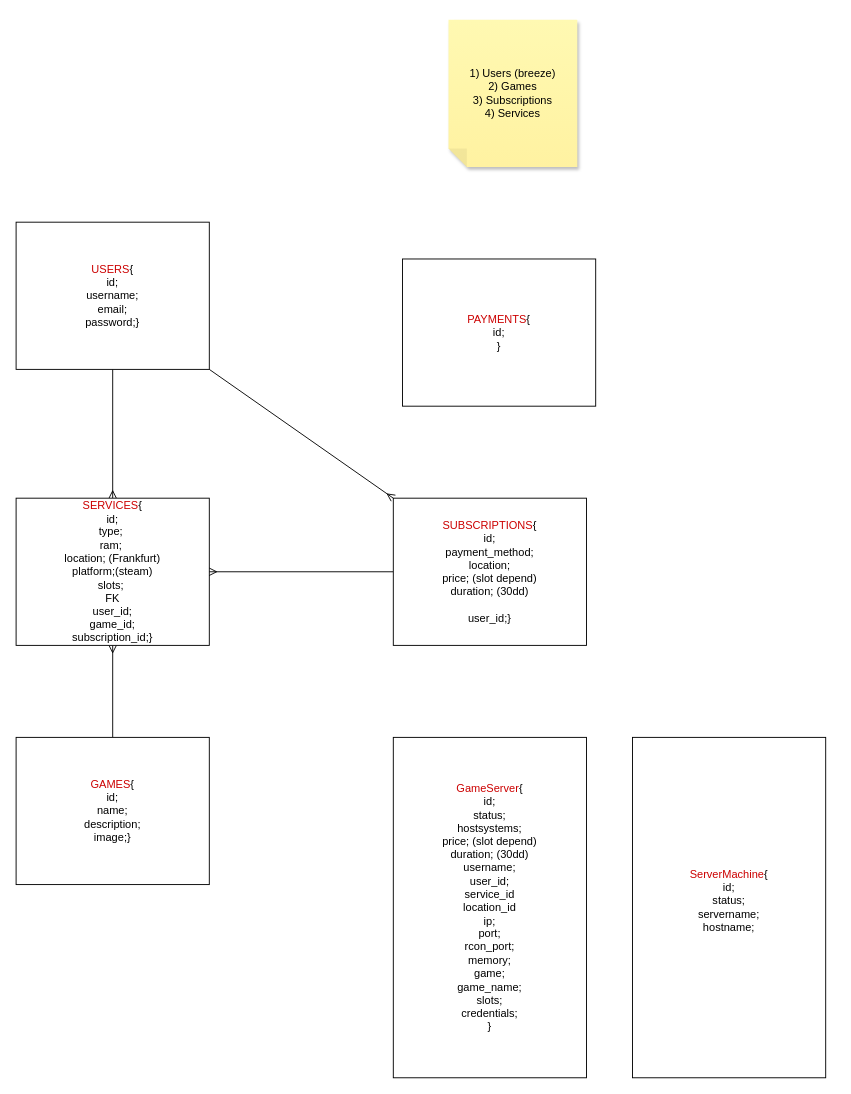
This is database.drawio from Vorshim92/Steam-Server, a draw.io file, before an edit. Source tidied: cells renumbered, new cells numbered last; positions are measured from the earlier drawing's top-left corner, leaving out a move shared by most shapes. Both pictures are drawn from the tidied source at 92%, with x=0, y=0 at pixel (16, 19).
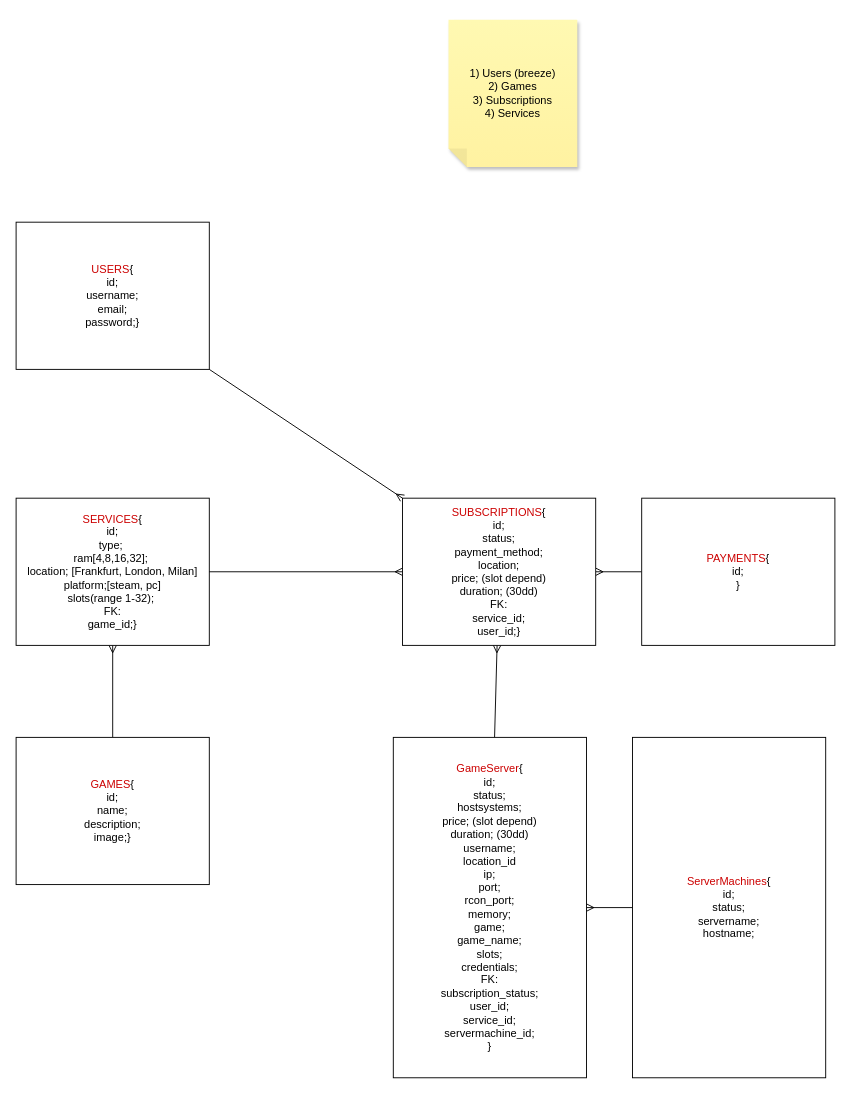
Above is the later version.

Diff of the diagram source:
```diff
@@
 <mxGraphModel>
   <root>
     <mxCell id="0" />
     <mxCell id="1" parent="0" />
-    <mxCell id="2" style="edgeStyle=none;html=1;exitX=0.5;exitY=1;exitDx=0;exitDy=0;entryX=0.5;entryY=0;entryDx=0;entryDy=0;fontColor=#CC0000;endArrow=ERmany;endFill=0;" parent="1" edge="1" source="3" target="5">
-      <mxGeometry relative="1" as="geometry" />
-    </mxCell>
     <mxCell id="3" value="&lt;font color=&quot;#cc0000&quot;&gt;USERS&lt;/font&gt;{&lt;br&gt;id;&lt;br&gt;username;&lt;br&gt;email;&lt;br&gt;password;}" style="whiteSpace=wrap;html=1;" parent="1" vertex="1">
       <mxGeometry y="220" width="210" height="160" as="geometry" />
     </mxCell>
     <mxCell id="4" style="edgeStyle=none;html=1;exitX=0.5;exitY=1;exitDx=0;exitDy=0;entryX=0.5;entryY=0;entryDx=0;entryDy=0;fontColor=#CC0000;startArrow=ERmany;startFill=0;endArrow=none;endFill=0;" parent="1" edge="1" source="5" target="6">
       <mxGeometry relative="1" as="geometry" />
     </mxCell>
-    <mxCell id="5" value="&lt;font color=&quot;#cc0000&quot;&gt;SERVICES&lt;/font&gt;{&lt;br&gt;id;&lt;br&gt;type;&amp;nbsp;&lt;br&gt;ram;&amp;nbsp;&lt;br&gt;location; (Frankfurt)&lt;br&gt;platform;(steam)&lt;br&gt;slots;&amp;nbsp;&lt;br&gt;FK&lt;br&gt;user_id;&lt;br&gt;game_id;&lt;br&gt;subscription_id;}" style="whiteSpace=wrap;html=1;" parent="1" vertex="1">
+    <mxCell id="5" value="&lt;font color=&quot;#cc0000&quot;&gt;SERVICES&lt;/font&gt;{&lt;br&gt;id;&lt;br&gt;type;&amp;nbsp;&lt;br&gt;ram[4,8,16,32];&amp;nbsp;&lt;br&gt;location; [Frankfurt, London, Milan]&lt;br&gt;platform;[steam, pc]&lt;br&gt;slots(range 1-32);&amp;nbsp;&lt;br&gt;FK:&lt;br&gt;game_id;}" style="whiteSpace=wrap;html=1;" parent="1" vertex="1">
       <mxGeometry y="520" width="210" height="160" as="geometry" />
     </mxCell>
     <mxCell id="6" value="&lt;font color=&quot;#cc0000&quot;&gt;GAMES&lt;/font&gt;{&lt;br&gt;id;&lt;br&gt;name;&lt;br&gt;description;&lt;br&gt;image;}" style="whiteSpace=wrap;html=1;" parent="1" vertex="1">
       <mxGeometry y="780" width="210" height="160" as="geometry" />
     </mxCell>
-    <mxCell id="7" style="edgeStyle=none;html=1;startArrow=none;startFill=0;endArrow=ERmany;endFill=0;" parent="1" edge="1" source="9" target="5">
+    <mxCell id="7" style="edgeStyle=none;html=1;startArrow=ERmany;startFill=0;endArrow=none;endFill=0;" parent="1" edge="1" source="9" target="5">
       <mxGeometry relative="1" as="geometry" />
     </mxCell>
     <mxCell id="8" style="edgeStyle=none;html=1;exitX=0;exitY=0;exitDx=0;exitDy=0;startArrow=ERmany;startFill=0;endArrow=none;endFill=0;entryX=1;entryY=1;entryDx=0;entryDy=0;" parent="1" edge="1" source="9" target="3">
       <mxGeometry relative="1" as="geometry" />
     </mxCell>
+    <mxCell id="14" style="edgeStyle=none;html=1;startArrow=ERmany;startFill=0;endArrow=none;endFill=0;" parent="1" edge="1" source="9" target="12">
+      <mxGeometry relative="1" as="geometry" />
+    </mxCell>
+    <mxCell id="15" style="edgeStyle=none;html=1;startArrow=ERmany;startFill=0;endArrow=none;endFill=0;" parent="1" edge="1" source="9" target="11">
+      <mxGeometry relative="1" as="geometry" />
+    </mxCell>
-    <mxCell id="9" value="&lt;font color=&quot;#cc0000&quot;&gt;SUBSCRIPTIONS&lt;/font&gt;{&lt;br&gt;id;&lt;br&gt;payment_method;&lt;br&gt;location;&lt;br&gt;price; (slot depend)&lt;br&gt;duration; (30dd)&lt;br&gt;&lt;br&gt;user_id;}" style="whiteSpace=wrap;html=1;" parent="1" vertex="1">
-      <mxGeometry x="410" y="520" width="210" height="160" as="geometry" />
+    <mxCell id="9" value="&lt;font color=&quot;#cc0000&quot;&gt;SUBSCRIPTIONS&lt;/font&gt;{&lt;br&gt;id;&lt;br&gt;status;&lt;br&gt;payment_method;&lt;br&gt;location;&lt;br&gt;price; (slot depend)&lt;br&gt;duration; (30dd)&lt;br&gt;FK:&lt;br&gt;service_id;&lt;br&gt;user_id;}" style="whiteSpace=wrap;html=1;" parent="1" vertex="1">
+      <mxGeometry x="420" y="520" width="210" height="160" as="geometry" />
     </mxCell>
     <mxCell id="10" value="1) Users (breeze)&lt;br&gt;2) Games&lt;br&gt;3) Subscriptions&lt;br&gt;4) Services" style="shape=note;whiteSpace=wrap;html=1;backgroundOutline=1;fontColor=#000000;darkOpacity=0.05;fillColor=#FFF9B2;strokeColor=none;fillStyle=solid;direction=west;gradientDirection=north;gradientColor=#FFF2A1;shadow=1;size=20;" parent="1" vertex="1">
       <mxGeometry x="470" width="140" height="160" as="geometry" />
     </mxCell>
     <mxCell id="11" value="&lt;font color=&quot;#cc0000&quot;&gt;PAYMENTS&lt;/font&gt;{&lt;br&gt;id;&lt;br&gt;}" style="whiteSpace=wrap;html=1;" parent="1" vertex="1">
-      <mxGeometry x="420" y="260" width="210" height="160" as="geometry" />
+      <mxGeometry x="680" y="520" width="210" height="160" as="geometry" />
     </mxCell>
+    <mxCell id="16" style="edgeStyle=none;html=1;startArrow=ERmany;startFill=0;endArrow=none;endFill=0;" parent="1" edge="1" source="12" target="13">
+      <mxGeometry relative="1" as="geometry" />
+    </mxCell>
-    <mxCell id="12" value="&lt;font color=&quot;#cc0000&quot;&gt;GameServer&lt;/font&gt;{&lt;br&gt;id;&lt;br&gt;status;&lt;br&gt;hostsystems;&lt;br&gt;price; (slot depend)&lt;br&gt;duration; (30dd)&lt;br&gt;username;&lt;br&gt;user_id;&lt;br&gt;service_id&lt;br&gt;location_id&lt;br&gt;ip;&lt;br&gt;port;&lt;br&gt;rcon_port;&lt;br&gt;memory;&lt;br&gt;game;&lt;br&gt;game_name;&lt;br&gt;slots;&lt;br&gt;credentials;&lt;br&gt;}" style="whiteSpace=wrap;html=1;" parent="1" vertex="1">
+    <mxCell id="12" value="&lt;font color=&quot;#cc0000&quot;&gt;GameServer&lt;/font&gt;{&lt;br&gt;id;&lt;br&gt;status;&lt;br&gt;hostsystems;&lt;br&gt;price; (slot depend)&lt;br&gt;duration; (30dd)&lt;br&gt;username;&lt;br&gt;location_id&lt;br&gt;ip;&lt;br&gt;port;&lt;br&gt;rcon_port;&lt;br&gt;memory;&lt;br&gt;game;&lt;br&gt;game_name;&lt;br&gt;slots;&lt;br&gt;credentials;&lt;br&gt;FK:&lt;br&gt;subscription_status;&lt;br&gt;user_id;&lt;br&gt;service_id;&lt;br&gt;servermachine_id;&lt;br&gt;}" style="whiteSpace=wrap;html=1;" parent="1" vertex="1">
       <mxGeometry x="410" y="780" width="210" height="370" as="geometry" />
     </mxCell>
-    <mxCell id="13" value="&lt;font color=&quot;#cc0000&quot;&gt;ServerMachine&lt;/font&gt;{&lt;br&gt;id;&lt;br&gt;status;&lt;br&gt;servername;&lt;br&gt;hostname;&lt;br&gt;&lt;br&gt;" style="whiteSpace=wrap;html=1;" parent="1" vertex="1">
+    <mxCell id="13" value="&lt;font color=&quot;#cc0000&quot;&gt;ServerMachines&lt;/font&gt;{&lt;br&gt;id;&lt;br&gt;status;&lt;br&gt;servername;&lt;br&gt;hostname;&lt;br&gt;" style="whiteSpace=wrap;html=1;" parent="1" vertex="1">
       <mxGeometry x="670" y="780" width="210" height="370" as="geometry" />
     </mxCell>
   </root>
 </mxGraphModel>
```
